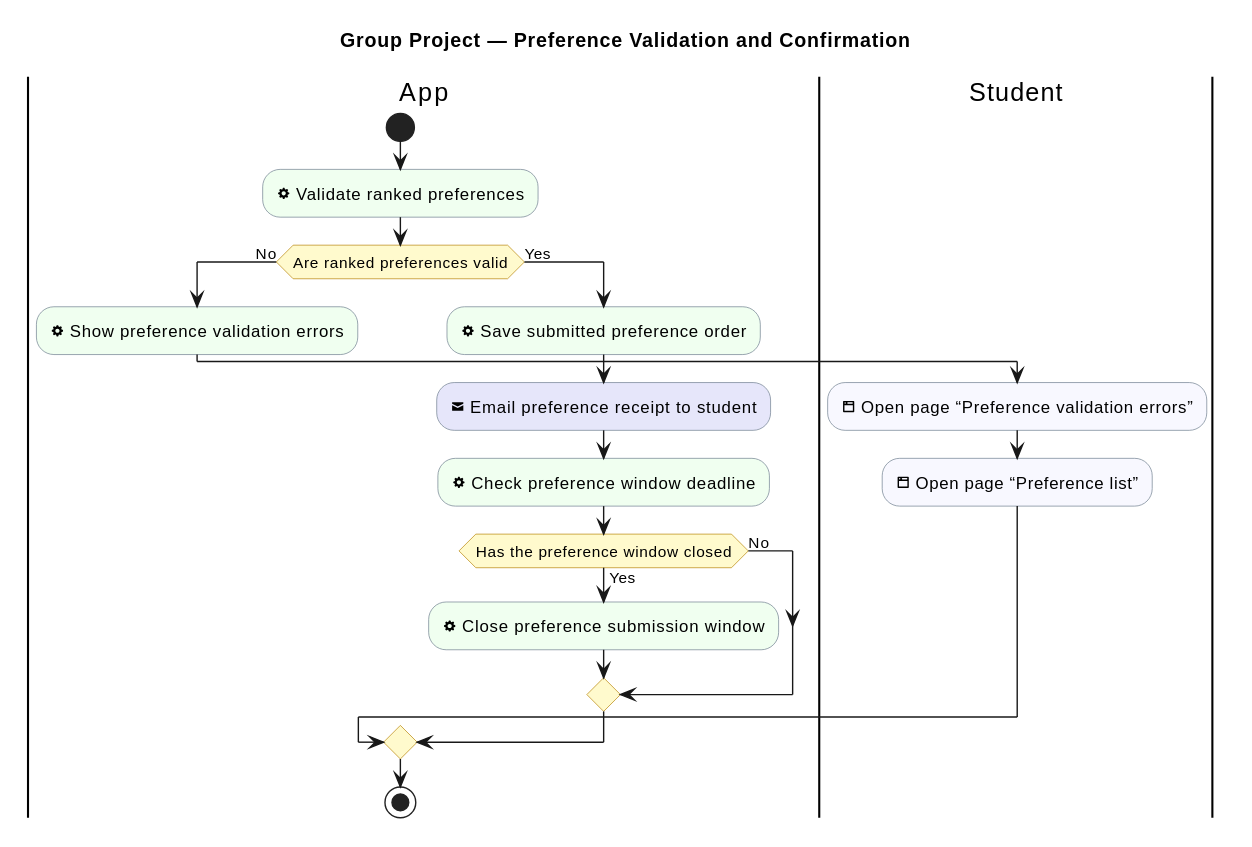
sdflkjssl/sdflkjssl.github.io keeps this PlantUML diagram as industrial-placement-group-project/diagrams/group-project/preference-validation-and-confirmation.svg. Above is the earlier version.
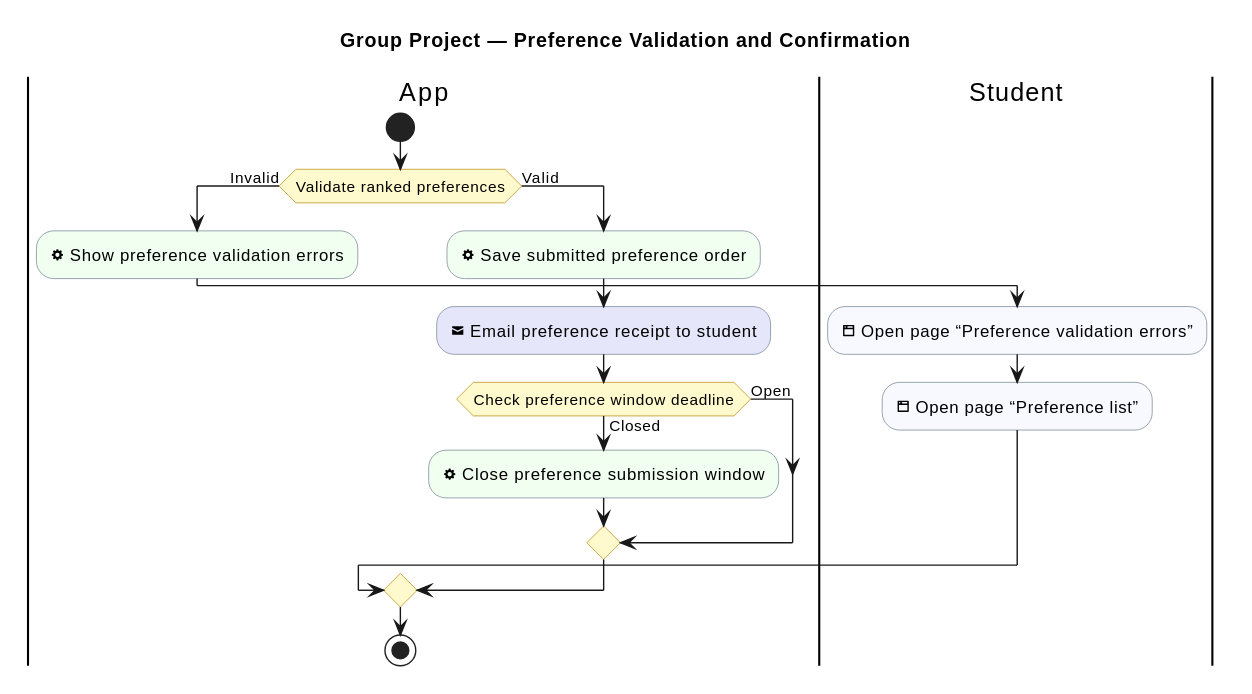
After the change.

Change to the diagram source:
```diff
@@ -12,20 +12,18 @@
 
 |App|
 start
-:<&cog> Validate ranked preferences; <<#HoneyDew>>
-if (Are ranked preferences valid) then (No)
+if (Validate ranked preferences) then (Invalid)
   :<&cog> Show preference validation errors; <<#HoneyDew>>
   |Student|
   :<&browser> Open page “Preference validation errors”; <<#GhostWhite>>
   :<&browser> Open page “Preference list”; <<#GhostWhite>>
-else (Yes)
+else (Valid)
   |App|
   :<&cog> Save submitted preference order; <<#HoneyDew>>
   :<&envelope-closed> Email preference receipt to student; <<#Lavender>>
-  :<&cog> Check preference window deadline; <<#HoneyDew>>
-  if (Has the preference window closed) then (Yes)
+  if (Check preference window deadline) then (Closed)
     :<&cog> Close preference submission window; <<#HoneyDew>>
-  else (No)
+  else (Open)
   endif
 endif
 stop
```
